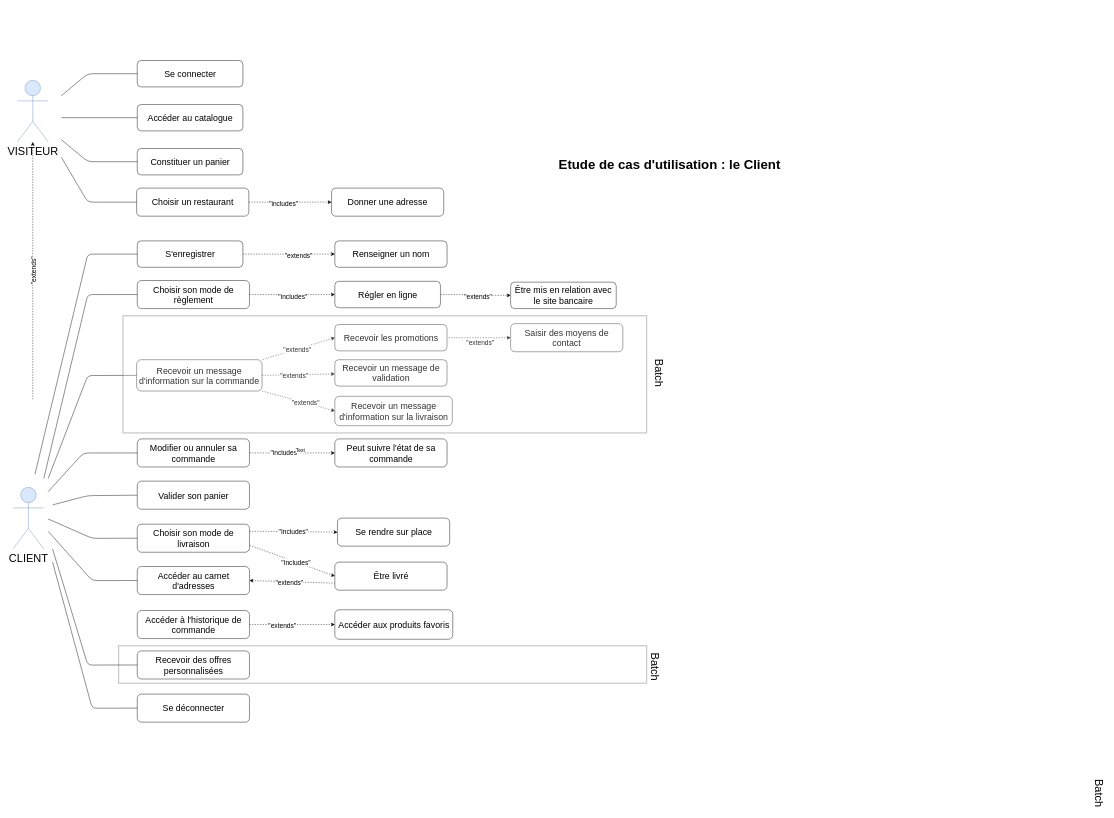
OMorlotti/P4-analyser-les-besoin-de-mon-client-pour-son-groupe-de-pizzerias keeps this draw.io diagram as 1.drawio. Above is the earlier version. Source tidied: cells renumbered, new cells numbered last; positions are measured from the earlier drawing's top-left corner, leaving out a move shared by most shapes. Both pictures are drawn from the tidied source at 44%, with x=0, y=0 at pixel (13, 60).
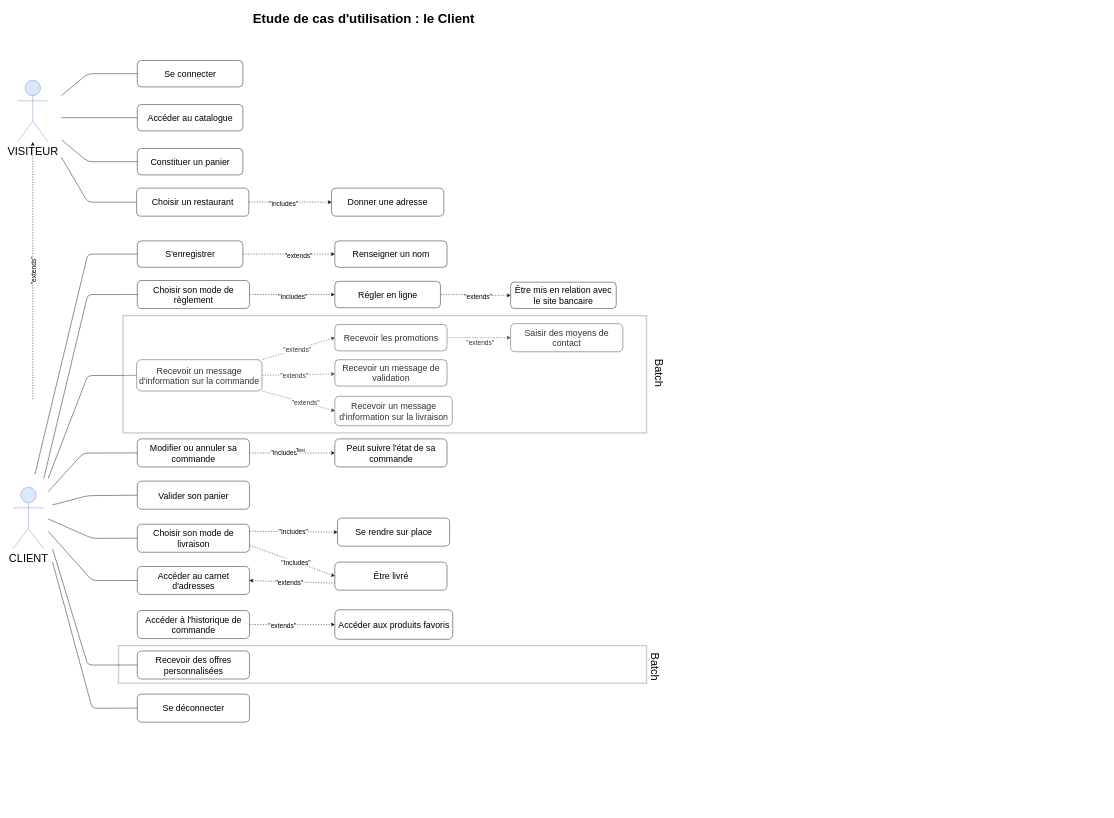
The same page after the edit.

Change to the diagram source:
```diff
@@
     <mxCell id="3" value="&lt;font size=&quot;1&quot;&gt;&lt;b style=&quot;font-size: 30px&quot;&gt;Etude de cas d'utilisation : le Client&lt;/b&gt;&lt;/font&gt;" style="text;html=1;strokeColor=none;fillColor=#ffffff;align=center;verticalAlign=middle;whiteSpace=wrap;rounded=0;" parent="1" vertex="1">
-      <mxGeometry x="1215" y="210" width="555" height="50" as="geometry" />
+      <mxGeometry x="520" y="-120" width="555" height="50" as="geometry" />
     </mxCell>
@@
-    <mxCell id="59" value="&lt;font style=&quot;font-size: 25px&quot;&gt;Batch&lt;/font&gt;" style="text;html=1;align=center;verticalAlign=middle;rotation=90;" parent="1" vertex="1">
-      <mxGeometry x="2430" y="1654.9" width="80" height="20" as="geometry" />
-    </mxCell>
```
